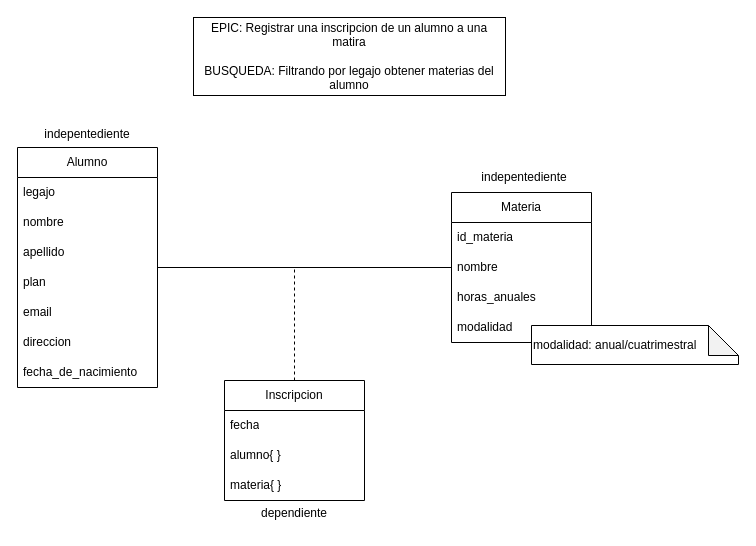
The draw.io diagram modelo.drawio in FedeeMest/fullstack_app_FB, before the edit. Source tidied: cells renumbered, new cells numbered last; positions are measured from the earlier drawing's top-left corner, leaving out a move shared by most shapes. Both pictures are drawn from the tidied source at 100%, with x=0, y=0 at pixel (17, 17).
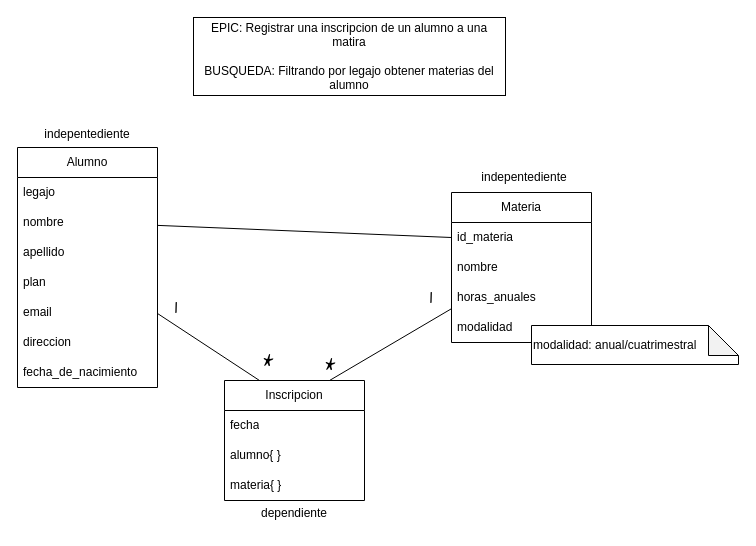
After the change.

The change refers to these unchanged cells:
```xml
<mxCell id="6" value="Alumno" style="swimlane;fontStyle=0;horizontal=1;startSize=30;whiteSpace=wrap;html=1;" parent="1" vertex="1">
  <mxGeometry y="130" width="140" height="240" as="geometry" />
</mxCell>
<mxCell id="8" value="nombre" style="text;strokeColor=none;fillColor=none;align=left;verticalAlign=middle;spacingLeft=4;spacingRight=4;overflow=hidden;points=[[0,0.5],[1,0.5]];portConstraint=eastwest;whiteSpace=wrap;html=1;" parent="6" vertex="1">
  <mxGeometry y="60" width="140" height="30" as="geometry" />
</mxCell>
<mxCell id="14" value="Materia" style="swimlane;fontStyle=0;horizontal=1;startSize=30;whiteSpace=wrap;html=1;" parent="1" vertex="1">
  <mxGeometry x="434" y="175" width="140" height="150" as="geometry" />
</mxCell>
<mxCell id="15" value="id_materia" style="text;strokeColor=none;fillColor=none;align=left;verticalAlign=middle;spacingLeft=4;spacingRight=4;overflow=hidden;points=[[0,0.5],[1,0.5]];portConstraint=eastwest;whiteSpace=wrap;html=1;" parent="14" vertex="1">
  <mxGeometry y="30" width="140" height="30" as="geometry" />
</mxCell>
<mxCell id="19" value="Inscripcion" style="swimlane;fontStyle=0;horizontal=1;startSize=30;whiteSpace=wrap;html=1;" parent="1" vertex="1">
  <mxGeometry x="207" y="363" width="140" height="120" as="geometry" />
</mxCell>
```

The edit, as a diff of the source:
```diff
@@
-    <mxCell id="5" style="rounded=0;jettySize=auto;html=1;endArrow=none;endFill=0;" parent="1" edge="1" source="6" target="14">
+    <mxCell id="5" style="rounded=0;jettySize=auto;html=1;endArrow=none;endFill=0;entryX=0.25;entryY=0;entryDx=0;entryDy=0;" parent="1" edge="1" source="6" target="19">
       <mxGeometry relative="1" as="geometry" />
     </mxCell>
@@
-    <mxCell id="23" style="endArrow=none;dashed=1;html=1;rounded=0;exitX=0.5;exitY=0;exitDx=0;exitDy=0;" parent="1" edge="1" source="19">
-      <mxGeometry relative="1" as="geometry">
-        <mxPoint x="277" y="251" as="targetPoint" />
-      </mxGeometry>
-    </mxCell>
@@
+    <mxCell id="26" style="rounded=0;jettySize=auto;html=1;endArrow=none;endFill=0;entryX=0.75;entryY=0;entryDx=0;entryDy=0;" parent="1" edge="1" source="14" target="19">
+      <mxGeometry relative="1" as="geometry" />
+    </mxCell>
+    <mxCell id="27" value="1" style="text;html=1;strokeColor=none;fillColor=none;align=center;verticalAlign=middle;whiteSpace=wrap;rounded=0;sketch=1;hachureGap=4;jiggle=2;curveFitting=1;fontFamily=Architects Daughter;fontSize=20;" parent="1" vertex="1">
+      <mxGeometry x="129" y="274" width="60" height="30" as="geometry" />
+    </mxCell>
+    <mxCell id="28" value="*" style="text;html=1;strokeColor=none;fillColor=none;align=center;verticalAlign=middle;whiteSpace=wrap;rounded=0;sketch=1;hachureGap=4;jiggle=2;curveFitting=1;fontFamily=Architects Daughter;fontSize=20;" parent="1" vertex="1">
+      <mxGeometry x="221" y="329" width="60" height="30" as="geometry" />
+    </mxCell>
+    <mxCell id="29" value="1" style="text;html=1;strokeColor=none;fillColor=none;align=center;verticalAlign=middle;whiteSpace=wrap;rounded=0;sketch=1;hachureGap=4;jiggle=2;curveFitting=1;fontFamily=Architects Daughter;fontSize=20;" parent="1" vertex="1">
+      <mxGeometry x="384" y="264" width="60" height="30" as="geometry" />
+    </mxCell>
+    <mxCell id="30" value="*" style="text;html=1;strokeColor=none;fillColor=none;align=center;verticalAlign=middle;whiteSpace=wrap;rounded=0;sketch=1;hachureGap=4;jiggle=2;curveFitting=1;fontFamily=Architects Daughter;fontSize=20;" parent="1" vertex="1">
+      <mxGeometry x="283" y="333" width="60" height="30" as="geometry" />
+    </mxCell>
+    <mxCell id="31" style="rounded=0;jettySize=auto;html=1;endArrow=none;endFill=0;entryX=0;entryY=0.5;entryDx=0;entryDy=0;" parent="1" edge="1" source="8" target="15">
+      <mxGeometry relative="1" as="geometry" />
+    </mxCell>
```
